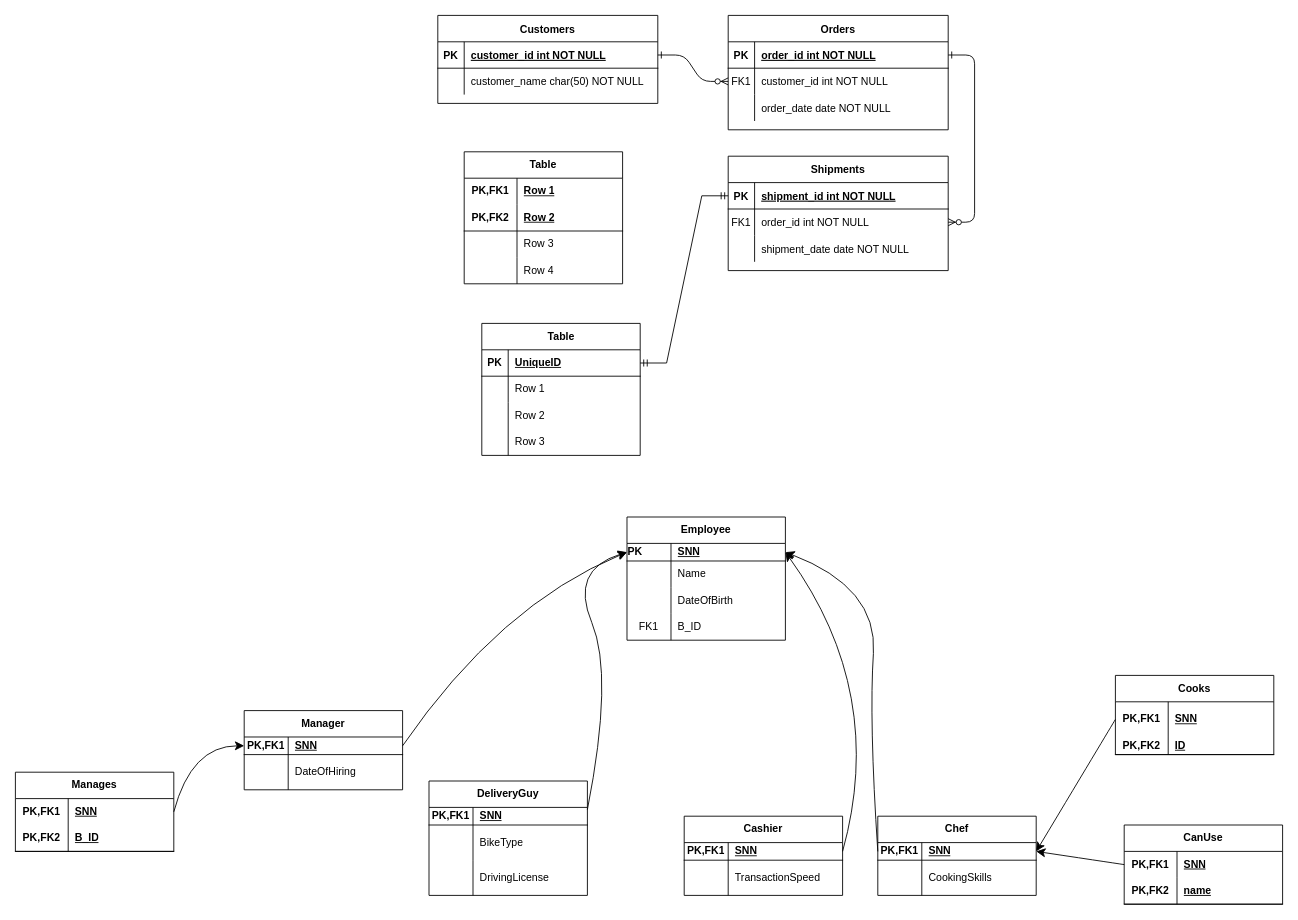
The draw.io diagram relational_model.drawio in Deadreyo/Restaurant-Franchise-SQL-Database, before the edit. Source tidied: cells renumbered, new cells numbered last; positions are measured from the earlier drawing's top-left corner, leaving out a move shared by most shapes. Both pictures are drawn from the tidied source at 88%, with x=0, y=0 at pixel (15, 15).
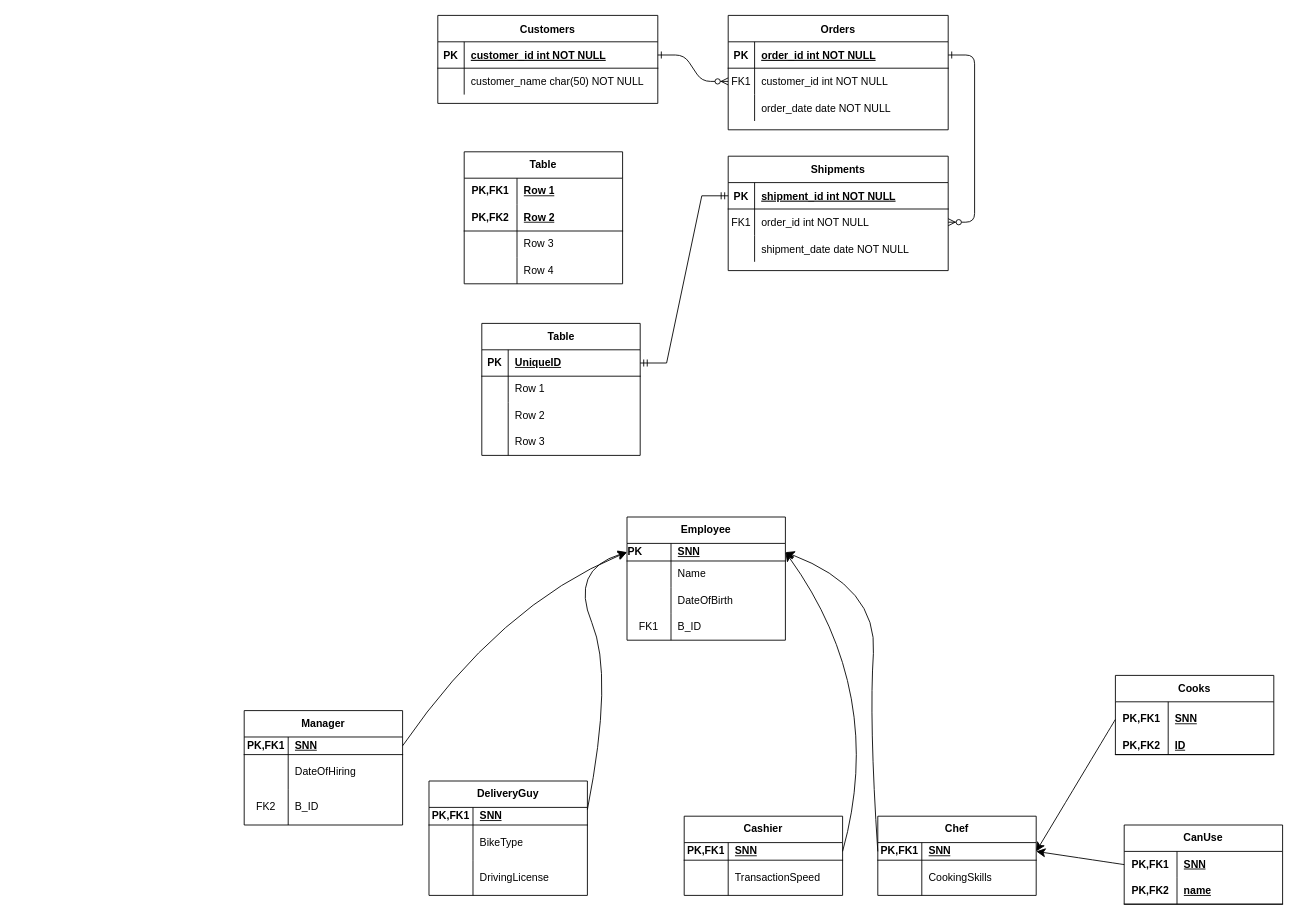
The same page after the edit.

Diff of the diagram source:
```diff
@@
     <mxCell id="71" value="Manager" style="shape=table;startSize=30;childLayout=tableLayout;rowLines=0;fontStyle=1;align=center;html=1;whiteSpace=wrap;" parent="1" vertex="1">
-      <mxGeometry x="260" y="790" width="180" height="90" as="geometry" />
+      <mxGeometry x="260" y="790" width="180" height="130" as="geometry" />
     </mxCell>
@@
+    <mxCell id="130" style="shape=tableRow;horizontal=0;startSize=0;swimlaneHead=0;swimlaneBody=0;fillColor=none;top=0;left=0;right=0;bottom=0;html=1;" parent="71" vertex="1">
+      <mxGeometry y="90" width="180" height="40" as="geometry" />
+    </mxCell>
+    <mxCell id="131" value="FK2" style="shape=partialRectangle;fillColor=none;top=0;left=0;bottom=0;right=0;overflow=hidden;html=1;whiteSpace=wrap;" parent="130" vertex="1">
+      <mxGeometry width="50" height="40" as="geometry" />
+    </mxCell>
+    <mxCell id="108" value="B_ID" style="shape=partialRectangle;fillColor=none;top=0;left=0;bottom=0;right=0;align=left;spacingLeft=6;overflow=hidden;html=1;whiteSpace=wrap;" parent="130" vertex="1">
+      <mxGeometry x="50" width="130" height="40" as="geometry" />
+    </mxCell>
@@
-    <mxCell id="102" value="Manages" style="shape=table;startSize=30;childLayout=tableLayout;rowLines=0;fontStyle=1;align=center;html=1;whiteSpace=wrap;" parent="1" vertex="1">
-      <mxGeometry y="860" width="180" height="90" as="geometry" />
-    </mxCell>
-    <mxCell id="103" style="shape=tableRow;horizontal=0;startSize=0;swimlaneHead=0;swimlaneBody=0;fillColor=none;points=[[0,0.5],[1,0.5]];portConstraint=eastwest;top=0;left=0;right=0;bottom=0;html=1;" parent="102" vertex="1">
-      <mxGeometry y="30" width="180" height="30" as="geometry" />
-    </mxCell>
-    <mxCell id="104" value="PK,FK1" style="shape=partialRectangle;fillColor=none;top=0;left=0;bottom=0;right=0;fontStyle=1;overflow=hidden;html=1;whiteSpace=wrap;" parent="103" vertex="1">
-      <mxGeometry width="60" height="30" as="geometry" />
-    </mxCell>
-    <mxCell id="105" value="SNN" style="shape=partialRectangle;fillColor=none;top=0;left=0;bottom=0;right=0;align=left;spacingLeft=6;fontStyle=5;overflow=hidden;html=1;whiteSpace=wrap;" parent="103" vertex="1">
-      <mxGeometry x="60" width="120" height="30" as="geometry" />
-    </mxCell>
-    <mxCell id="106" style="shape=tableRow;horizontal=0;startSize=0;swimlaneHead=0;swimlaneBody=0;fillColor=none;top=0;left=0;right=0;bottom=1;html=1;" parent="102" vertex="1">
-      <mxGeometry y="60" width="180" height="30" as="geometry" />
-    </mxCell>
-    <mxCell id="107" value="PK,FK2" style="shape=partialRectangle;fillColor=none;top=0;left=0;bottom=0;right=0;fontStyle=1;overflow=hidden;html=1;whiteSpace=wrap;" parent="106" vertex="1">
-      <mxGeometry width="60" height="30" as="geometry" />
-    </mxCell>
-    <mxCell id="108" value="B_ID" style="shape=partialRectangle;fillColor=none;top=0;left=0;bottom=0;right=0;align=left;spacingLeft=6;fontStyle=5;overflow=hidden;html=1;whiteSpace=wrap;" parent="106" vertex="1">
-      <mxGeometry x="60" width="120" height="30" as="geometry" />
-    </mxCell>
@@
-    <mxCell id="124" style="endArrow=classic;html=1;rounded=0;fontSize=12;startSize=8;endSize=8;curved=1;exitX=1;exitY=0.5;exitDx=0;exitDy=0;" parent="1" edge="1" source="103">
-      <mxGeometry relative="1" as="geometry">
-        <mxPoint x="260" y="830" as="targetPoint" />
-        <Array as="points">
-          <mxPoint x="200" y="830" />
-        </Array>
-      </mxGeometry>
-    </mxCell>
```
